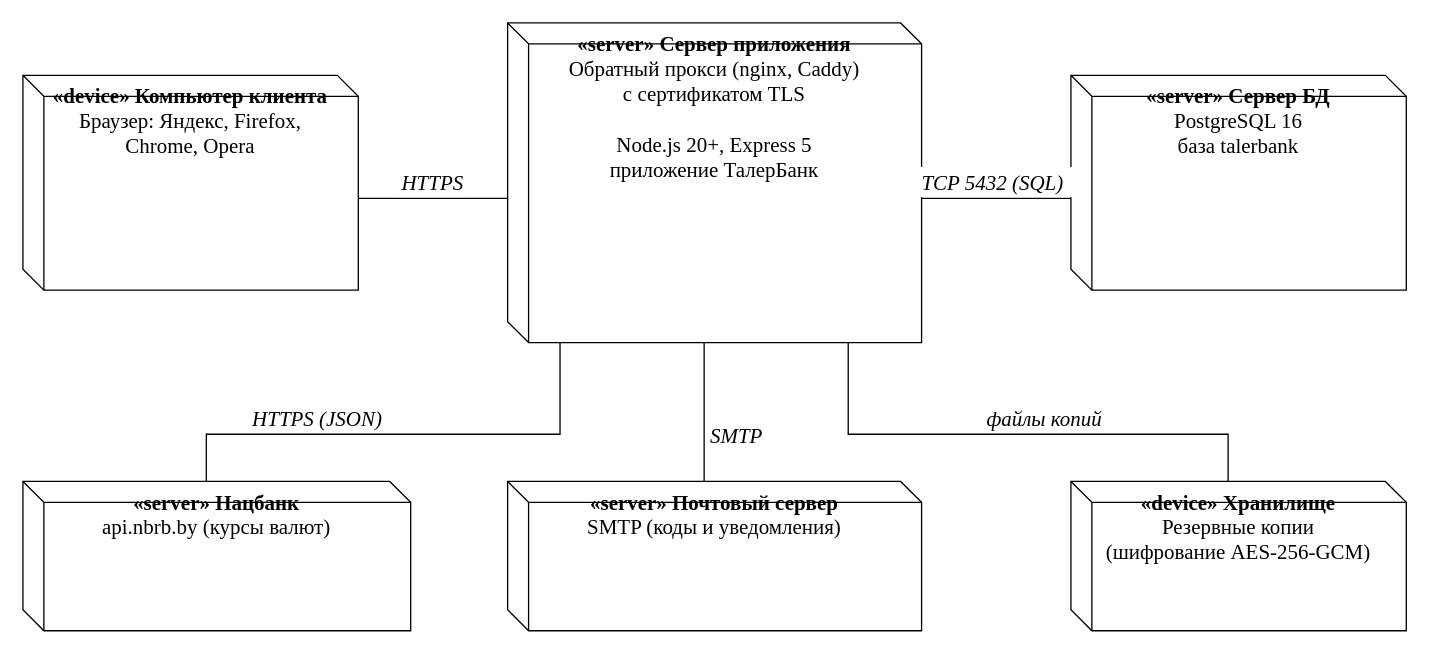
This is page "Диаграмма развёртывания" (6 of 6) of docs/diagrams/views.drawio from vladmeshkov/js-course-work, a draw.io file, before an edit. Source tidied: cells renumbered, new cells numbered last; positions are measured from the earlier drawing's top-left corner, leaving out a move shared by most shapes. Both pictures are drawn from the tidied source at 131%, with x=0, y=0 at pixel (22, 22).
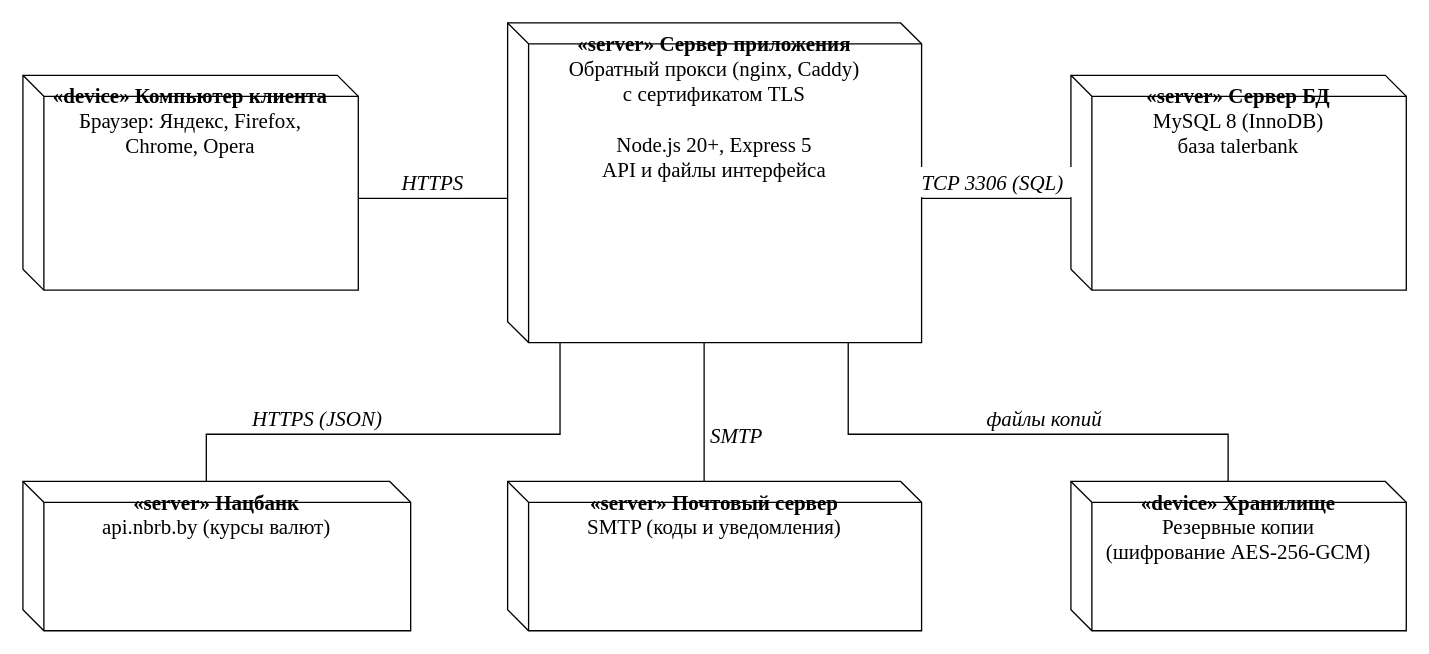
Above is the later version.

What changed in the source:
```diff
@@
-    <mxCell id="3" value="&lt;b&gt;«server» Сервер приложения&lt;/b&gt;&lt;br&gt;Обратный прокси (nginx, Caddy)&lt;br&gt;с сертификатом TLS&lt;br&gt;&lt;br&gt;Node.js 20+, Express 5&lt;br&gt;приложение ТалерБанк" style="html=1;whiteSpace=wrap;fontFamily=Times New Roman;fontSize=16;shape=cube;size=16;darkOpacity=0;fillColor=#fff;strokeColor=#000;verticalAlign=top;" parent="1" vertex="1">
+    <mxCell id="3" value="&lt;b&gt;«server» Сервер приложения&lt;/b&gt;&lt;br&gt;Обратный прокси (nginx, Caddy)&lt;br&gt;с сертификатом TLS&lt;br&gt;&lt;br&gt;Node.js 20+, Express 5&lt;br&gt;API и файлы интерфейса" style="html=1;whiteSpace=wrap;fontFamily=Times New Roman;fontSize=16;shape=cube;size=16;darkOpacity=0;fillColor=#fff;strokeColor=#000;verticalAlign=top;" parent="1" vertex="1">
       <mxGeometry x="370" width="316" height="244" as="geometry" />
     </mxCell>
-    <mxCell id="4" value="&lt;b&gt;«server» Сервер БД&lt;/b&gt;&lt;br&gt;PostgreSQL 16&lt;br&gt;база talerbank" style="html=1;whiteSpace=wrap;fontFamily=Times New Roman;fontSize=16;shape=cube;size=16;darkOpacity=0;fillColor=#fff;strokeColor=#000;verticalAlign=top;" parent="1" vertex="1">
+    <mxCell id="4" value="&lt;b&gt;«server» Сервер БД&lt;/b&gt;&lt;br&gt;MySQL 8 (InnoDB)&lt;br&gt;база talerbank" style="html=1;whiteSpace=wrap;fontFamily=Times New Roman;fontSize=16;shape=cube;size=16;darkOpacity=0;fillColor=#fff;strokeColor=#000;verticalAlign=top;" parent="1" vertex="1">
       <mxGeometry x="800" y="40" width="256" height="164" as="geometry" />
     </mxCell>
@@
-    <mxCell id="11" value="TCP 5432 (SQL)" style="html=1;whiteSpace=wrap;fontFamily=Times New Roman;fontSize=16;text;fillColor=#FFFFFF;strokeColor=none;spacing=0;align=center;verticalAlign=middle;fontStyle=2;" parent="1" vertex="1">
+    <mxCell id="11" value="TCP 3306 (SQL)" style="html=1;whiteSpace=wrap;fontFamily=Times New Roman;fontSize=16;text;fillColor=#FFFFFF;strokeColor=none;spacing=0;align=center;verticalAlign=middle;fontStyle=2;" parent="1" vertex="1">
       <mxGeometry x="677" y="110" width="127" height="23" as="geometry" />
     </mxCell>
```
